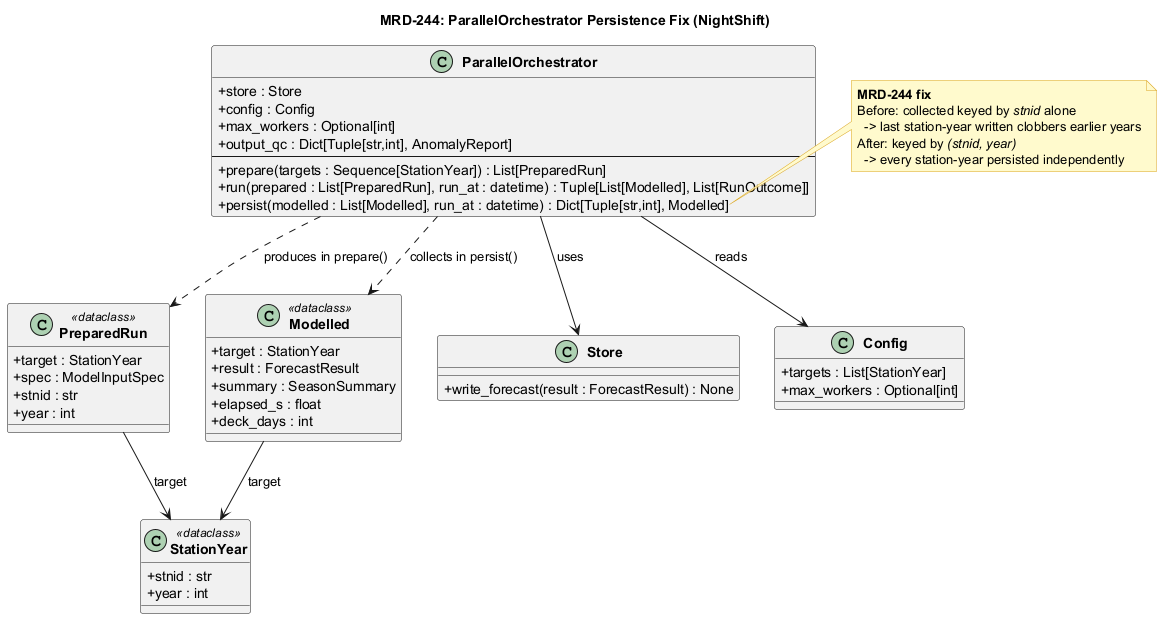
Earlier version of the PlantUML export docs/uml/mrd244_parallel_orchestrator.png (johnakinyemi-teaching/meridian-release). The source it was exported from:
```plantuml
@startuml mrd244_parallel_orchestrator
title MRD-244: ParallelOrchestrator Persistence Fix (NightShift)

skinparam classAttributeIconSize 0
skinparam classFontStyle bold
skinparam noteBackgroundColor #FFFACD
skinparam noteBorderColor #DAA520

class ParallelOrchestrator {
  + store : Store
  + config : Config
  + max_workers : Optional[int]
  + output_qc : Dict[Tuple[str,int], AnomalyReport]
  --
  + prepare(targets : Sequence[StationYear]) : List[PreparedRun]
  + run(prepared : List[PreparedRun], run_at : datetime) : Tuple[List[Modelled], List[RunOutcome]]
  + persist(modelled : List[Modelled], run_at : datetime) : Dict[Tuple[str,int], Modelled]
}

note right of ParallelOrchestrator::persist
  <b>MRD-244 fix</b>
  Before: collected keyed by <i>stnid</i> alone
    -> last station-year written clobbers earlier years
  After: keyed by <i>(stnid, year)</i>
    -> every station-year persisted independently
end note

class PreparedRun <<dataclass>> {
  + target : StationYear
  + spec : ModelInputSpec
  + stnid : str
  + year : int
}

class Modelled <<dataclass>> {
  + target : StationYear
  + result : ForecastResult
  + summary : SeasonSummary
  + elapsed_s : float
  + deck_days : int
}

class StationYear <<dataclass>> {
  + stnid : str
  + year : int
}

class Store {
  + write_forecast(result : ForecastResult) : None
}

class Config {
  + targets : List[StationYear]
  + max_workers : Optional[int]
}

ParallelOrchestrator --> Store : uses
ParallelOrchestrator --> Config : reads
ParallelOrchestrator ..> PreparedRun : produces in prepare()
ParallelOrchestrator ..> Modelled : collects in persist()
Modelled --> StationYear : target
PreparedRun --> StationYear : target

@enduml
```
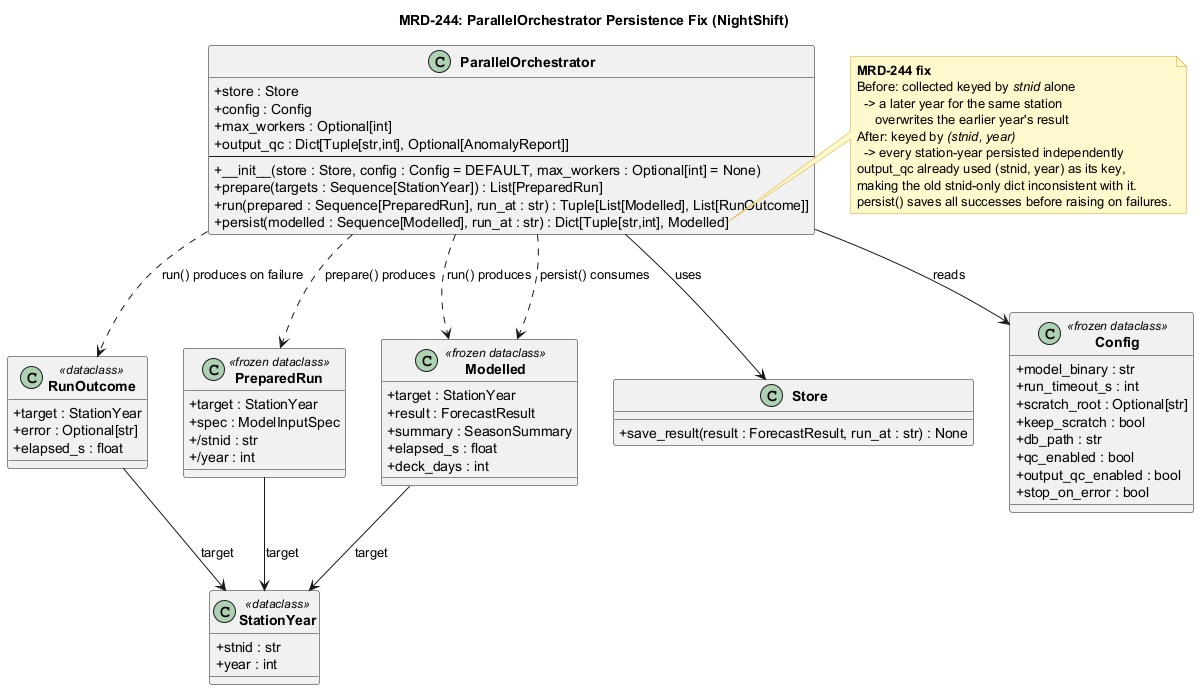
After the commit.

Commit message:
MRD-244: correct UML class diagram errors (Store method, run_at type, Config fields, RunOutcome, properties)

Change to the diagram source:
```diff
@@ -10,29 +10,40 @@
   + store : Store
   + config : Config
   + max_workers : Optional[int]
-  + output_qc : Dict[Tuple[str,int], AnomalyReport]
+  + output_qc : Dict[Tuple[str,int], Optional[AnomalyReport]]
   --
+  + __init__(store : Store, config : Config = DEFAULT, max_workers : Optional[int] = None)
   + prepare(targets : Sequence[StationYear]) : List[PreparedRun]
-  + run(prepared : List[PreparedRun], run_at : datetime) : Tuple[List[Modelled], List[RunOutcome]]
-  + persist(modelled : List[Modelled], run_at : datetime) : Dict[Tuple[str,int], Modelled]
+  + run(prepared : Sequence[PreparedRun], run_at : str) : Tuple[List[Modelled], List[RunOutcome]]
+  + persist(modelled : Sequence[Modelled], run_at : str) : Dict[Tuple[str,int], Modelled]
 }
 
 note right of ParallelOrchestrator::persist
   <b>MRD-244 fix</b>
   Before: collected keyed by <i>stnid</i> alone
-    -> last station-year written clobbers earlier years
+    -> a later year for the same station
+       overwrites the earlier year's result
   After: keyed by <i>(stnid, year)</i>
     -> every station-year persisted independently
+  output_qc already used (stnid, year) as its key,
+  making the old stnid-only dict inconsistent with it.
+  persist() saves all successes before raising on failures.
 end note
 
-class PreparedRun <<dataclass>> {
+class RunOutcome <<dataclass>> {
+  + target : StationYear
+  + error : Optional[str]
+  + elapsed_s : float
+}
+
+class PreparedRun <<frozen dataclass>> {
   + target : StationYear
   + spec : ModelInputSpec
-  + stnid : str
-  + year : int
+  + /stnid : str
+  + /year : int
 }
 
-class Modelled <<dataclass>> {
+class Modelled <<frozen dataclass>> {
   + target : StationYear
   + result : ForecastResult
   + summary : SeasonSummary
@@ -46,19 +57,28 @@
 }
 
 class Store {
-  + write_forecast(result : ForecastResult) : None
+  + save_result(result : ForecastResult, run_at : str) : None
 }
 
-class Config {
-  + targets : List[StationYear]
-  + max_workers : Optional[int]
+class Config <<frozen dataclass>> {
+  + model_binary : str
+  + run_timeout_s : int
+  + scratch_root : Optional[str]
+  + keep_scratch : bool
+  + db_path : str
+  + qc_enabled : bool
+  + output_qc_enabled : bool
+  + stop_on_error : bool
 }
 
 ParallelOrchestrator --> Store : uses
 ParallelOrchestrator --> Config : reads
-ParallelOrchestrator ..> PreparedRun : produces in prepare()
-ParallelOrchestrator ..> Modelled : collects in persist()
+ParallelOrchestrator ..> PreparedRun : prepare() produces
+ParallelOrchestrator ..> Modelled : run() produces
+ParallelOrchestrator ..> RunOutcome : run() produces on failure
+ParallelOrchestrator ..> Modelled : persist() consumes
 Modelled --> StationYear : target
 PreparedRun --> StationYear : target
+RunOutcome --> StationYear : target
 
 @enduml
```
